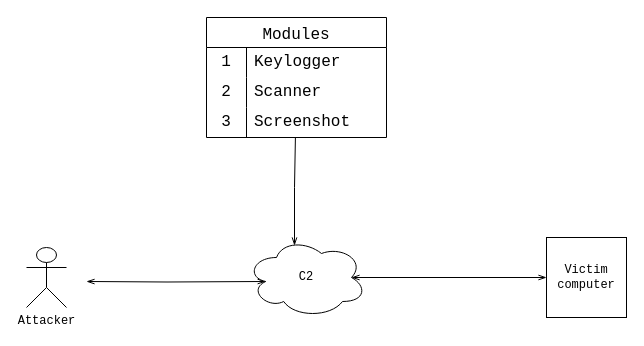
b3rg01/ModularRat keeps this draw.io diagram as architecture.drawio. Above is the earlier version. Source tidied: cells renumbered, new cells numbered last; positions are measured from the earlier drawing's top-left corner, leaving out a move shared by most shapes. Both pictures are drawn from the tidied source at 100%, with x=0, y=0 at pixel (26, 17).
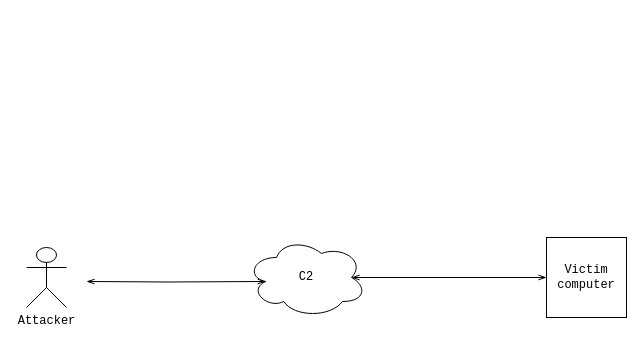
The same page after the edit.

Change to the diagram source:
```diff
@@
 <mxGraphModel>
   <root>
     <mxCell id="0" />
     <mxCell id="1" parent="0" />
     <mxCell id="2" style="edgeStyle=orthogonalEdgeStyle;rounded=0;jettySize=auto;html=1;entryX=0.16;entryY=0.55;entryDx=0;entryDy=0;entryPerimeter=0;endArrow=openThin;endFill=0;startArrow=openThin;startFill=0;" parent="1" edge="1" target="6">
       <mxGeometry relative="1" as="geometry">
         <mxPoint x="60" y="264" as="sourcePoint" />
       </mxGeometry>
     </mxCell>
     <mxCell id="3" value="Attacker" style="shape=umlActor;verticalLabelPosition=bottom;verticalAlign=top;html=1;fontFamily=Courier New;" parent="1" vertex="1">
       <mxGeometry y="230" width="40" height="60" as="geometry" />
     </mxCell>
     <mxCell id="4" style="edgeStyle=orthogonalEdgeStyle;rounded=0;jettySize=auto;html=1;exitX=0.875;exitY=0.5;exitDx=0;exitDy=0;exitPerimeter=0;entryX=0;entryY=0.5;entryDx=0;entryDy=0;startArrow=openThin;startFill=0;endArrow=openThin;endFill=0;" parent="1" edge="1" source="6" target="7">
       <mxGeometry relative="1" as="geometry" />
     </mxCell>
-    <mxCell id="5" style="edgeStyle=orthogonalEdgeStyle;rounded=0;jettySize=auto;html=1;entryX=0.494;entryY=1;entryDx=0;entryDy=0;entryPerimeter=0;fontFamily=Courier New;startArrow=openThin;startFill=0;endArrow=none;endFill=0;exitX=0.4;exitY=0.1;exitDx=0;exitDy=0;exitPerimeter=0;" parent="1" edge="1" source="6" target="15">
-      <mxGeometry relative="1" as="geometry" />
-    </mxCell>
     <mxCell id="6" value="C2" style="ellipse;shape=cloud;whiteSpace=wrap;html=1;fontFamily=Courier New;" parent="1" vertex="1">
       <mxGeometry x="220" y="220" width="120" height="80" as="geometry" />
     </mxCell>
     <mxCell id="7" value="Victim&lt;br&gt;computer" style="whiteSpace=wrap;html=1;fontFamily=Courier New;" parent="1" vertex="1">
       <mxGeometry x="520" y="220" width="80" height="80" as="geometry" />
     </mxCell>
-    <mxCell id="8" value="Modules" style="shape=table;startSize=30;childLayout=tableLayout;rowLines=0;fontStyle=0;strokeColor=default;fontSize=16;fontFamily=Courier New;" parent="1" vertex="1">
-      <mxGeometry x="180" width="180" height="120" as="geometry" />
-    </mxCell>
-    <mxCell id="9" style="shape=tableRow;horizontal=0;startSize=0;swimlaneHead=0;swimlaneBody=0;top=0;left=0;bottom=0;right=0;fillColor=none;strokeColor=inherit;fontSize=16;fontFamily=Courier New;" parent="8" vertex="1">
-      <mxGeometry y="30" width="180" height="30" as="geometry" />
-    </mxCell>
-    <mxCell id="10" value="1" style="shape=partialRectangle;html=1;whiteSpace=wrap;fillColor=none;top=0;left=0;bottom=0;right=0;overflow=hidden;strokeColor=inherit;fontSize=16;fontFamily=Courier New;" parent="9" vertex="1">
-      <mxGeometry width="40" height="30" as="geometry" />
-    </mxCell>
-    <mxCell id="11" value="Keylogger" style="shape=partialRectangle;html=1;whiteSpace=wrap;fillColor=none;top=0;left=0;bottom=0;right=0;align=left;spacingLeft=6;overflow=hidden;strokeColor=inherit;fontSize=16;fontFamily=Courier New;" parent="9" vertex="1">
-      <mxGeometry x="40" width="140" height="30" as="geometry" />
-    </mxCell>
-    <mxCell id="12" style="shape=tableRow;horizontal=0;startSize=0;swimlaneHead=0;swimlaneBody=0;top=0;left=0;bottom=0;right=0;fillColor=none;strokeColor=inherit;fontSize=16;fontFamily=Courier New;" parent="8" vertex="1">
-      <mxGeometry y="60" width="180" height="30" as="geometry" />
-    </mxCell>
-    <mxCell id="13" value="2" style="shape=partialRectangle;html=1;whiteSpace=wrap;fillColor=none;top=0;left=0;bottom=0;right=0;overflow=hidden;strokeColor=inherit;fontSize=16;fontFamily=Courier New;" parent="12" vertex="1">
-      <mxGeometry width="40" height="30" as="geometry" />
-    </mxCell>
-    <mxCell id="14" value="Scanner" style="shape=partialRectangle;html=1;whiteSpace=wrap;fillColor=none;top=0;left=0;bottom=0;right=0;align=left;spacingLeft=6;overflow=hidden;strokeColor=inherit;fontSize=16;fontFamily=Courier New;" parent="12" vertex="1">
-      <mxGeometry x="40" width="140" height="30" as="geometry" />
-    </mxCell>
-    <mxCell id="15" style="shape=tableRow;horizontal=0;startSize=0;swimlaneHead=0;swimlaneBody=0;top=0;left=0;bottom=0;right=0;fillColor=none;points=[[0,0.5],[1,0.5]];portConstraint=eastwest;strokeColor=inherit;fontSize=16;fontFamily=Courier New;" parent="8" vertex="1">
-      <mxGeometry y="90" width="180" height="30" as="geometry" />
-    </mxCell>
-    <mxCell id="16" value="3" style="shape=partialRectangle;html=1;whiteSpace=wrap;fillColor=none;top=0;left=0;bottom=0;right=0;overflow=hidden;strokeColor=inherit;fontSize=16;fontFamily=Courier New;" parent="15" vertex="1">
-      <mxGeometry width="40" height="30" as="geometry" />
-    </mxCell>
-    <mxCell id="17" value="Screenshot" style="shape=partialRectangle;html=1;whiteSpace=wrap;fillColor=none;top=0;left=0;bottom=0;right=0;align=left;spacingLeft=6;overflow=hidden;strokeColor=inherit;fontSize=16;fontFamily=Courier New;" parent="15" vertex="1">
-      <mxGeometry x="40" width="140" height="30" as="geometry" />
-    </mxCell>
   </root>
 </mxGraphModel>
```
